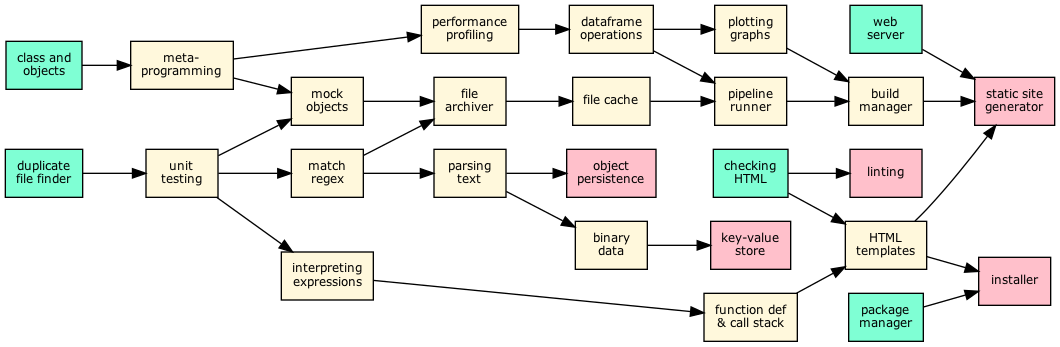
The Graphviz diagram docs/intro/syllabus.png in gvwilson/sdxpy, before a commit. Its source is kept beside it as src/intro/syllabus.dot. The source it was exported from:
```dot
digraph syllabus {
  node [fontname = Verdana, fontsize = 9, shape = box, style = filled];
  rankdir = RL;
  edge [dir = "back"];

  archive [label = "file\narchiver", fillcolor = cornsilk];
  binary [label = "binary\ndata", fillcolor = cornsilk];
  build [label = "build\nmanager", fillcolor = cornsilk];
  cache [label = "file cache", fillcolor = cornsilk];
  check [label = "checking\nHTML", fillcolor = aquamarine];
  db [label = "key-value\nstore", fillcolor = pink];
  df [label = "dataframe\noperations", fillcolor = cornsilk];
  dup [label = "duplicate\nfile finder", fillcolor = aquamarine];
  func [label = "function def\n& call stack", fillcolor = cornsilk];
  install [label = "installer", fillcolor = pink];
  interp [label = "interpreting\nexpressions", fillcolor = cornsilk];
  lint [label = "linting", fillcolor = pink];
  meta [label = "meta-\nprogramming", fillcolor = cornsilk];
  mock [label = "mock\nobjects", fillcolor = cornsilk];
  oop [label = "class and\nobjects", fillcolor = aquamarine];
  pack [label = "package\nmanager", fillcolor = aquamarine];
  parse [label = "parsing\ntext", fillcolor = cornsilk];
  perf [label = "performance\nprofiling", fillcolor = cornsilk];
  persist [label = "object\npersistence", fillcolor = pink];
  pipe [label = "pipeline\nrunner", fillcolor = cornsilk];
  plot [label = "plotting\ngraphs", fillcolor = cornsilk];
  re [label = "match\nregex", fillcolor = cornsilk];
  server [label = "web\nserver", fillcolor = aquamarine];
  ssg [label = "static site\ngenerator", fillcolor = pink];
  template [label = "HTML\ntemplates", fillcolor = cornsilk];
  test [label = "unit\ntesting", fillcolor = cornsilk];

  archive -> {mock, re};
  binary -> {parse};
  build -> {pipe, plot};
  cache -> {archive};
  db -> {binary};
  df -> {perf};
  func -> {interp};
  install -> {template, pack};
  interp -> {test};
  lint -> {check};
  meta -> {oop};
  mock -> {meta, test};
  parse -> {re};
  perf -> {meta};
  persist -> {parse};
  pipe -> {cache, df};
  plot -> {df};
  re -> {test};
  ssg -> {build, server, template}
  template -> {check, func};
  test -> {dup};

  /*
  subgraph cluster_legend {
    source [label = "source", fillcolor = aquamarine];
    flow [label = "flow", fillcolor = cornsilk];
    sink [label = "sink", fillcolor = pink];
    sink -> flow -> source;
  }
  */
}
```
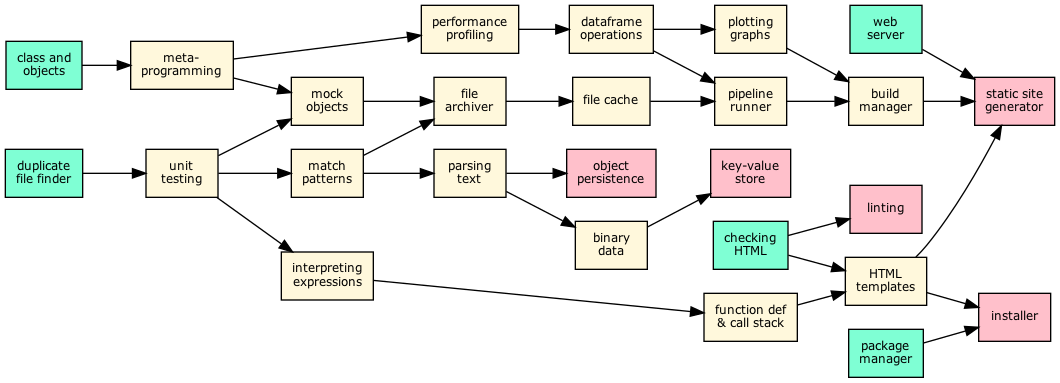
After the change.

What changed in the source:
```diff
@@ -12,6 +12,7 @@
   df [label = "dataframe\noperations", fillcolor = cornsilk];
   dup [label = "duplicate\nfile finder", fillcolor = aquamarine];
   func [label = "function def\n& call stack", fillcolor = cornsilk];
+  glob [label = "match\npatterns", fillcolor = cornsilk];
   install [label = "installer", fillcolor = pink];
   interp [label = "interpreting\nexpressions", fillcolor = cornsilk];
   lint [label = "linting", fillcolor = pink];
@@ -24,30 +25,29 @@
   persist [label = "object\npersistence", fillcolor = pink];
   pipe [label = "pipeline\nrunner", fillcolor = cornsilk];
   plot [label = "plotting\ngraphs", fillcolor = cornsilk];
-  re [label = "match\nregex", fillcolor = cornsilk];
   server [label = "web\nserver", fillcolor = aquamarine];
   ssg [label = "static site\ngenerator", fillcolor = pink];
   template [label = "HTML\ntemplates", fillcolor = cornsilk];
   test [label = "unit\ntesting", fillcolor = cornsilk];
 
-  archive -> {mock, re};
+  archive -> {mock, glob};
   binary -> {parse};
   build -> {pipe, plot};
   cache -> {archive};
   db -> {binary};
   df -> {perf};
   func -> {interp};
+  glob -> {test};
   install -> {template, pack};
   interp -> {test};
   lint -> {check};
   meta -> {oop};
   mock -> {meta, test};
-  parse -> {re};
+  parse -> {glob};
   perf -> {meta};
   persist -> {parse};
   pipe -> {cache, df};
   plot -> {df};
-  re -> {test};
   ssg -> {build, server, template}
   template -> {check, func};
   test -> {dup};
```
